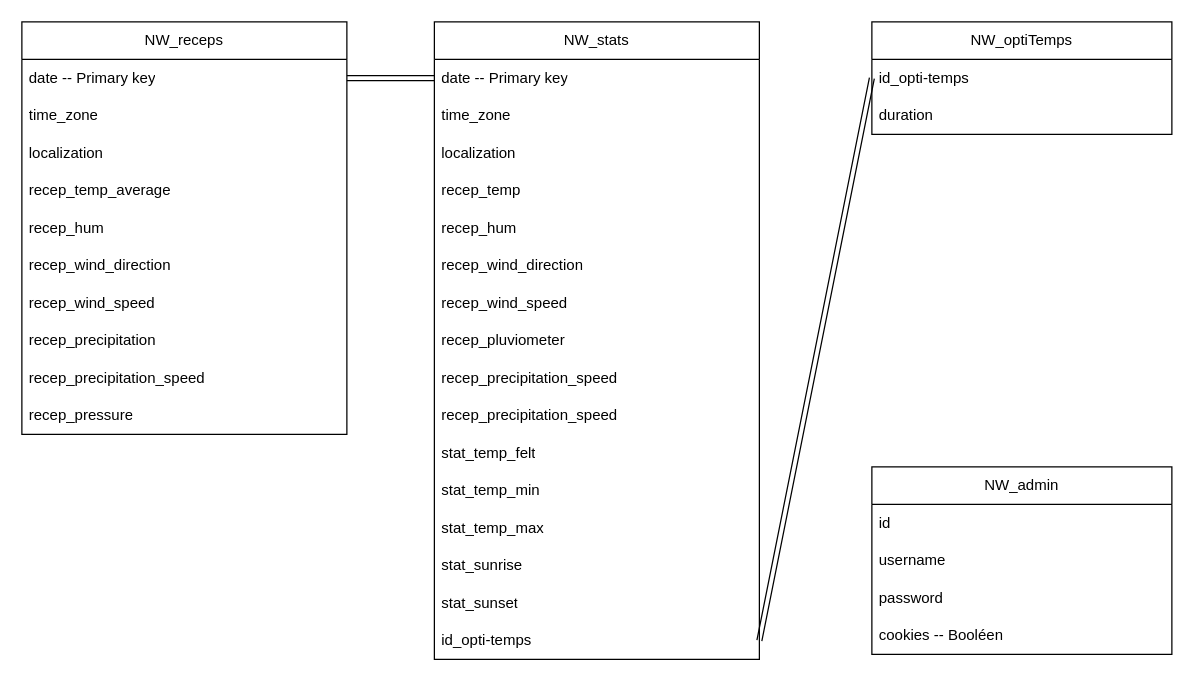
Above: NikaWeather/resources/schema/v4MLD.drawio in Mathuww/Nika-Weather (draw.io), before the change. Source tidied: cells renumbered, new cells numbered last; positions are measured from the earlier drawing's top-left corner, leaving out a move shared by most shapes. Both pictures are drawn from the tidied source at 125%, with x=0, y=0 at pixel (21, 21).
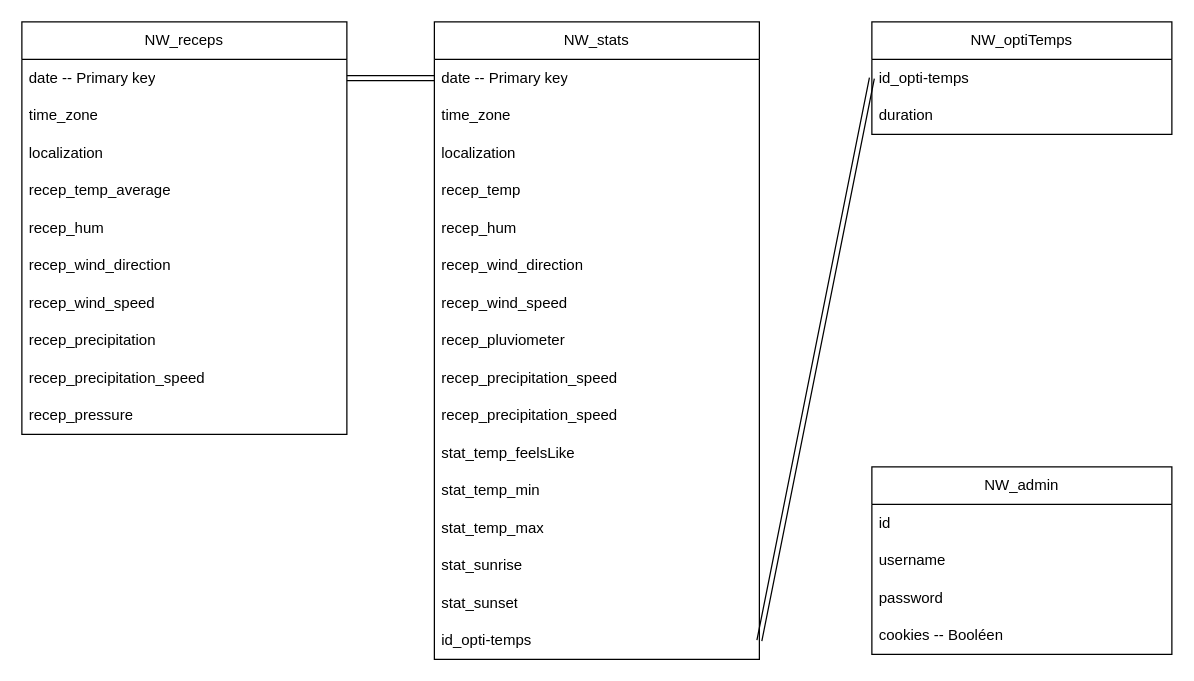
After the change.

Unchanged cells that the change refers to:
```xml
<mxCell id="2" value="NW_stats" style="swimlane;fontStyle=0;horizontal=1;startSize=30;whiteSpace=wrap;html=1;" parent="1" vertex="1">
  <mxGeometry x="330" width="260" height="510" as="geometry" />
</mxCell>
```

Diff of the diagram source:
```diff
@@
-    <mxCell id="13" value="stat_temp_felt" style="text;strokeColor=none;fillColor=none;align=left;verticalAlign=middle;spacingLeft=4;spacingRight=4;overflow=hidden;whiteSpace=wrap;html=1;" parent="2" vertex="1">
+    <mxCell id="13" value="stat_temp_feelsLike" style="text;strokeColor=none;fillColor=none;align=left;verticalAlign=middle;spacingLeft=4;spacingRight=4;overflow=hidden;whiteSpace=wrap;html=1;" parent="2" vertex="1">
       <mxGeometry y="330" width="260" height="30" as="geometry" />
     </mxCell>
```
